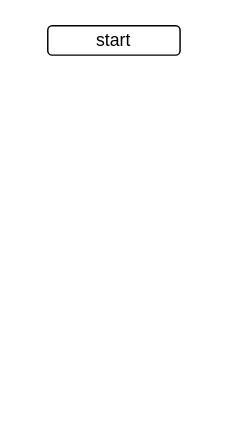
This is agentIdentify/identifyTarget.drawio from sivagit/diagrams, a draw.io file, before an edit. Source tidied: cells renumbered, new cells numbered last; positions are measured from the earlier drawing's top-left corner, leaving out a move shared by most shapes. Both pictures are drawn from the tidied source at 147%, with x=0, y=0 at pixel (47, 25).
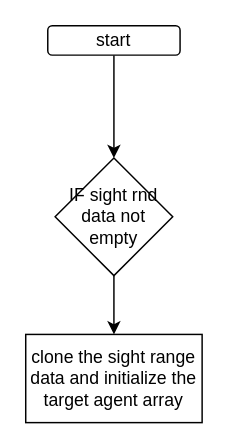
The same diagram, later.

Diff of the diagram source:
```diff
@@
 <mxGraphModel>
   <root>
     <mxCell id="0" />
     <mxCell id="1" parent="0" />
+    <mxCell id="3" style="edgeStyle=orthogonalEdgeStyle;rounded=0;jettySize=auto;html=1;" parent="1" edge="1" source="2" target="5">
+      <mxGeometry relative="1" as="geometry" />
+    </mxCell>
     <mxCell id="2" value="start" style="rounded=1;whiteSpace=wrap;html=1;" parent="1" vertex="1">
       <mxGeometry width="90" height="20" as="geometry" />
     </mxCell>
+    <mxCell id="4" style="edgeStyle=orthogonalEdgeStyle;rounded=0;jettySize=auto;html=1;" parent="1" edge="1" source="5" target="6">
+      <mxGeometry relative="1" as="geometry" />
+    </mxCell>
+    <mxCell id="5" value="IF sight rnd data not empty" style="rhombus;whiteSpace=wrap;html=1;" parent="1" vertex="1">
+      <mxGeometry x="5" y="90" width="80" height="80" as="geometry" />
+    </mxCell>
+    <mxCell id="6" value="clone the sight range data and initialize the target agent array" style="whiteSpace=wrap;html=1;" parent="1" vertex="1">
+      <mxGeometry x="-15" y="210" width="120" height="60" as="geometry" />
+    </mxCell>
   </root>
 </mxGraphModel>
```
